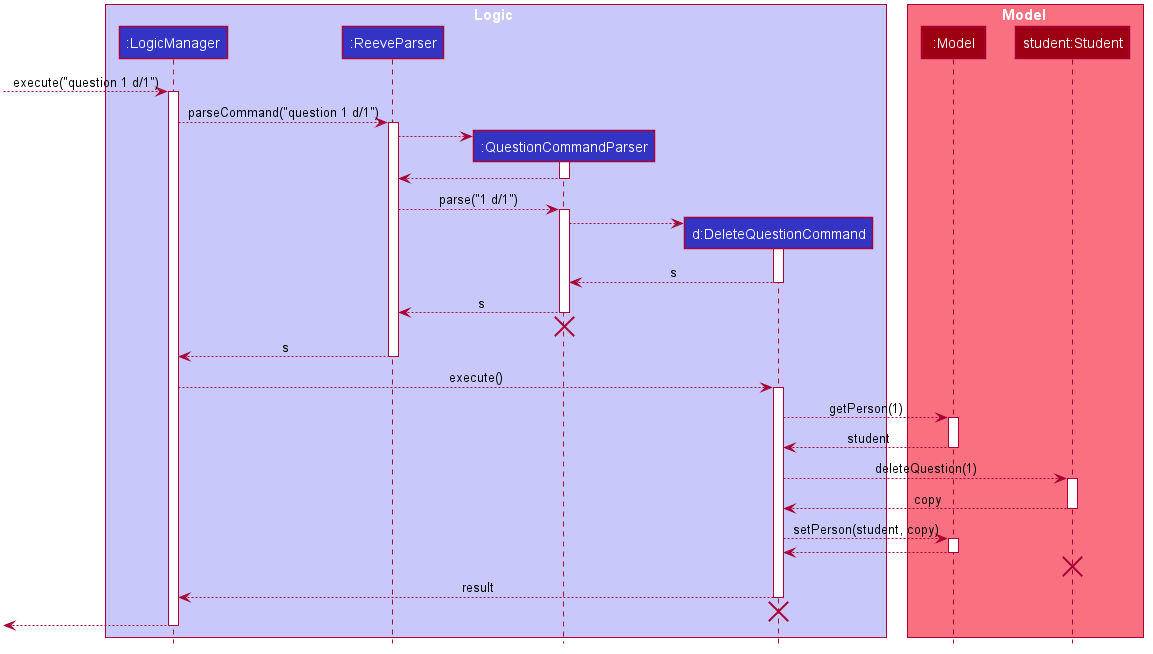
Earlier version of the PlantUML export docs/images/DeleteQuestionSequenceDiagram.png (nus-cs2103-AY2021S1/tp).
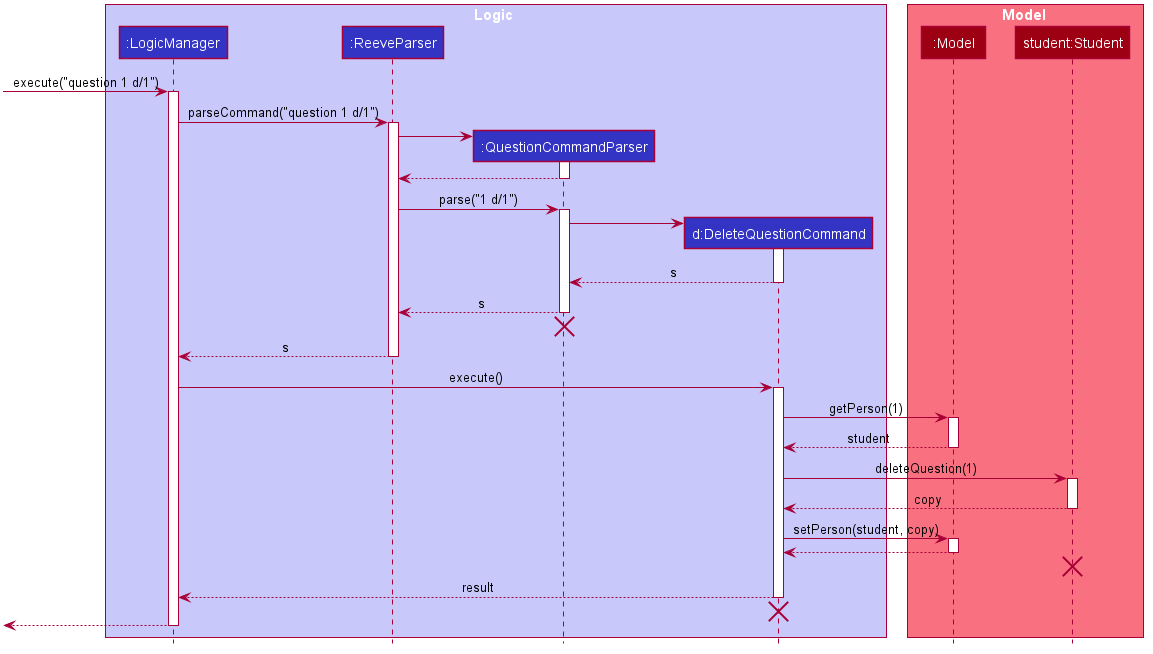
Later version of the same file.

Change to the diagram source:
```diff
@@ -60,24 +60,24 @@
 participant "student:Student" as Student #9D0012
 end box
 
-[--> LogicManager : execute("question 1 d/1")
+[-> LogicManager : execute("question 1 d/1")
 activate LogicManager
 
-LogicManager --> ReeveParser : parseCommand("question 1 d/1")
+LogicManager -> ReeveParser : parseCommand("question 1 d/1")
 activate ReeveParser
 
 create QuestionCommandParser
-ReeveParser --> QuestionCommandParser
+ReeveParser -> QuestionCommandParser
 activate QuestionCommandParser
 
 QuestionCommandParser --> ReeveParser
 deactivate QuestionCommandParser
 
-ReeveParser --> QuestionCommandParser : parse("1 d/1")
+ReeveParser -> QuestionCommandParser : parse("1 d/1")
 activate QuestionCommandParser
 
 create DeleteQuestionCommand
-QuestionCommandParser --> DeleteQuestionCommand
+QuestionCommandParser -> DeleteQuestionCommand
 activate DeleteQuestionCommand
 
 DeleteQuestionCommand --> QuestionCommandParser : s
@@ -92,22 +92,22 @@
 ReeveParser --> LogicManager : s
 deactivate ReeveParser
 
-LogicManager --> DeleteQuestionCommand : execute()
+LogicManager -> DeleteQuestionCommand : execute()
 activate DeleteQuestionCommand
 
-DeleteQuestionCommand --> Model : getPerson(1)
+DeleteQuestionCommand -> Model : getPerson(1)
 activate Model
 
 Model --> DeleteQuestionCommand : student
 deactivate Model
 
-DeleteQuestionCommand --> Student : deleteQuestion(1)
+DeleteQuestionCommand -> Student : deleteQuestion(1)
 activate Student
 
 Student --> DeleteQuestionCommand : copy
 deactivate Student
 
-DeleteQuestionCommand --> Model : setPerson(student, copy)
+DeleteQuestionCommand -> Model : setPerson(student, copy)
 activate Model
 
 Model --> DeleteQuestionCommand
```
